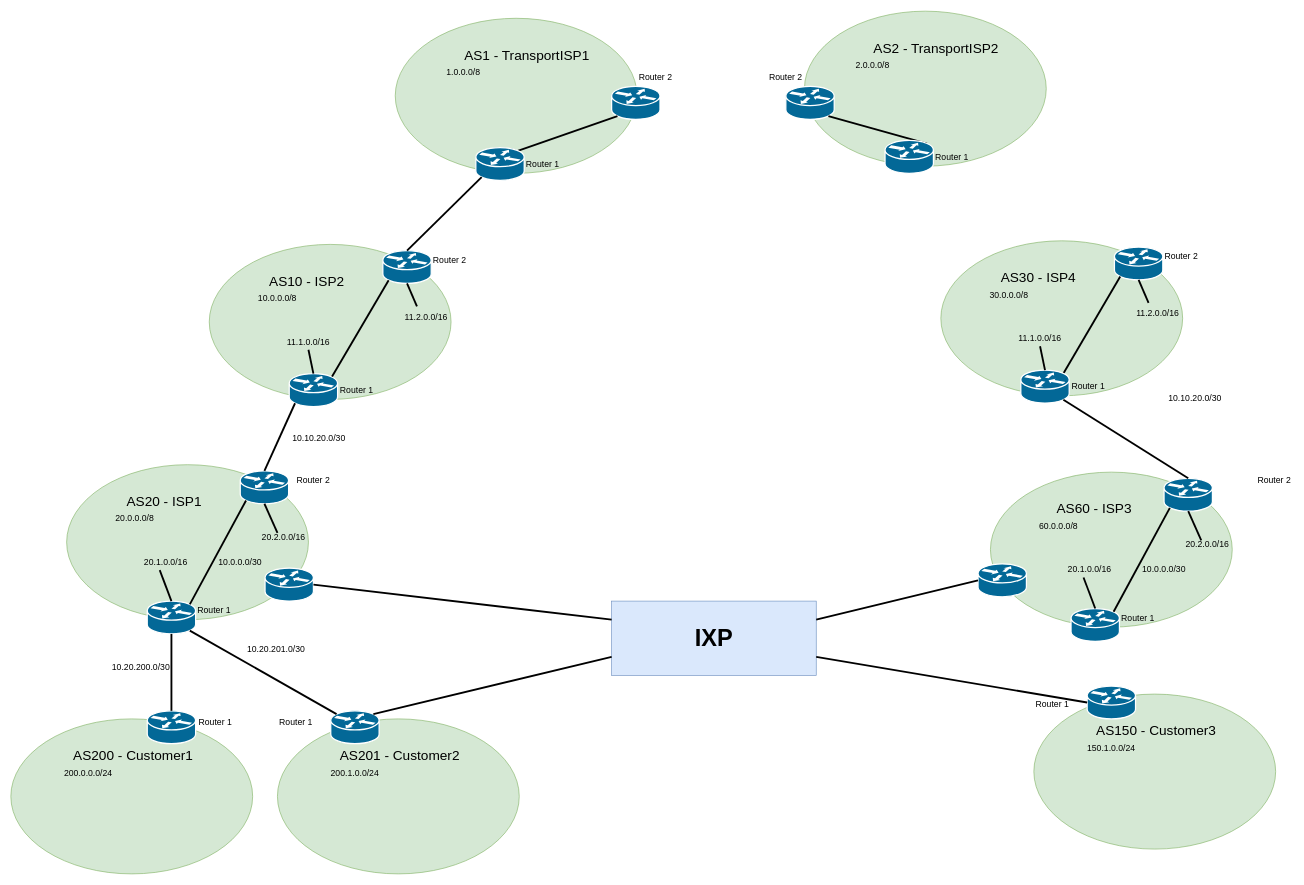
ThetaRangers/KatharaRPKI keeps this draw.io diagram as starting_topology.drawio. Above is the earlier version. Source tidied: cells renumbered, new cells numbered last; positions are measured from the earlier drawing's top-left corner, leaving out a move shared by most shapes. Both pictures are drawn from the tidied source at 62%, with x=0, y=0 at pixel (11, 11).
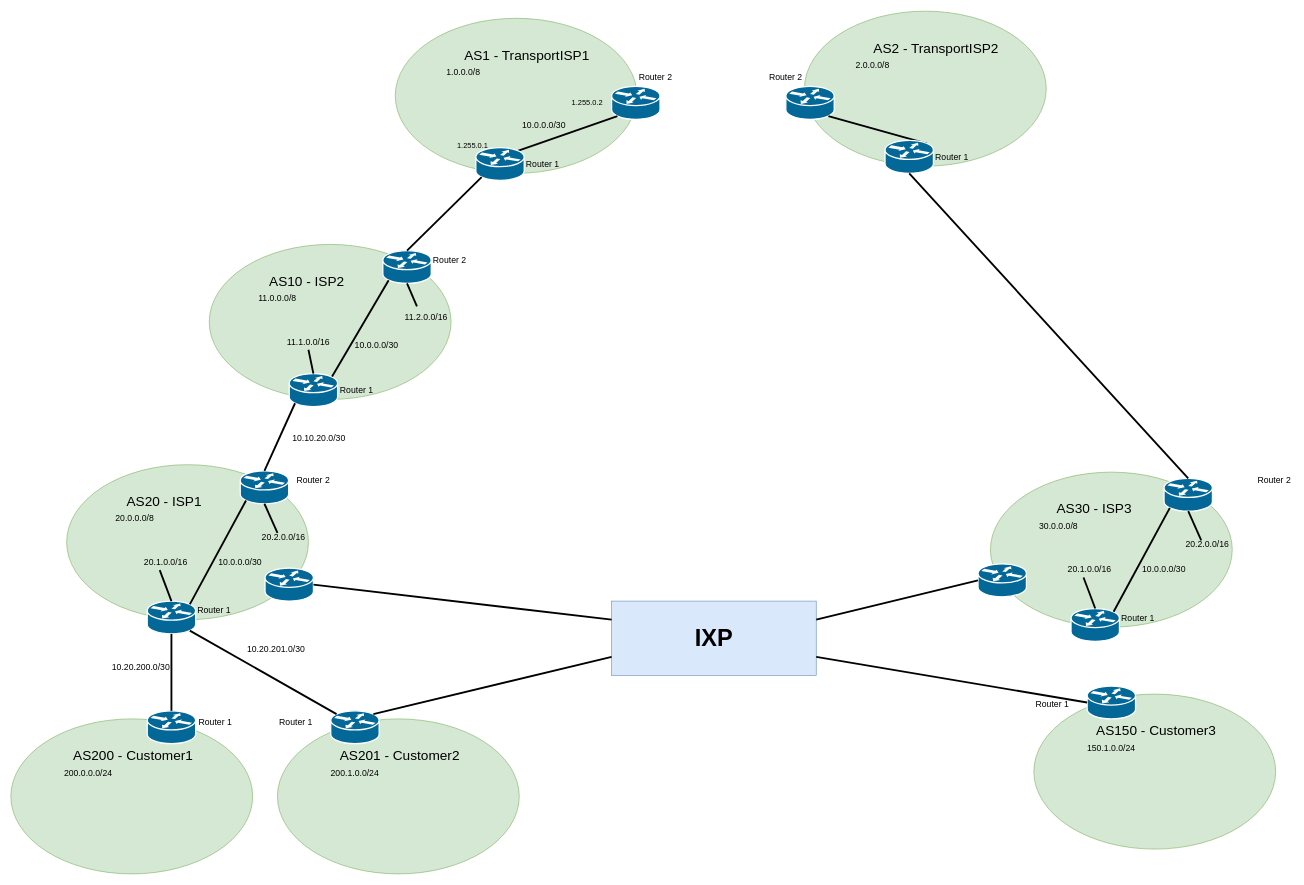
The same page after the edit.

Unchanged cells that the change refers to:
```xml
<mxCell id="63" style="shape=mxgraph.cisco.routers.router;sketch=0;html=1;dashed=0;fillColor=#036897;strokeColor=#ffffff;strokeWidth=2;verticalLabelPosition=bottom;verticalAlign=top;align=center;outlineConnect=0;" parent="1" vertex="1">
  <mxGeometry x="1410" y="209" width="78" height="53" as="geometry" />
</mxCell>
<mxCell id="64" style="group;" parent="1" vertex="1">
  <mxGeometry x="1580" y="744" width="390" height="273" as="geometry" />
</mxCell>
<mxCell id="69" style="shape=mxgraph.cisco.routers.router;sketch=0;html=1;dashed=0;fillColor=#036897;strokeColor=#ffffff;strokeWidth=2;verticalLabelPosition=bottom;verticalAlign=top;align=center;outlineConnect=0;" parent="64" vertex="1">
  <mxGeometry x="280" y="10" width="78" height="53" as="geometry" />
</mxCell>
```

Change to the diagram source:
```diff
@@
-    <mxCell id="33" value="&lt;font style=&quot;font-size: 14px;&quot;&gt;10.0.0.0/8&lt;/font&gt;" style="text;html=1;strokeColor=none;fillColor=none;align=center;verticalAlign=middle;whiteSpace=wrap;rounded=0;fontSize=22;" parent="1" vertex="1">
+    <mxCell id="33" value="&lt;font style=&quot;font-size: 14px;&quot;&gt;11.0.0.0/8&lt;/font&gt;" style="text;html=1;strokeColor=none;fillColor=none;align=center;verticalAlign=middle;whiteSpace=wrap;rounded=0;fontSize=22;" parent="1" vertex="1">
       <mxGeometry x="400" y="446.7" width="60" height="30" as="geometry" />
     </mxCell>
@@
-    <mxCell id="66" value="&lt;font style=&quot;font-size: 22px;&quot;&gt;AS60 - ISP3&lt;/font&gt;" style="text;html=1;strokeColor=none;fillColor=none;align=center;verticalAlign=middle;whiteSpace=wrap;rounded=0;" parent="64" vertex="1">
+    <mxCell id="66" value="&lt;font style=&quot;font-size: 22px;&quot;&gt;AS30 - ISP3&lt;/font&gt;" style="text;html=1;strokeColor=none;fillColor=none;align=center;verticalAlign=middle;whiteSpace=wrap;rounded=0;" parent="64" vertex="1">
       <mxGeometry x="95" y="40" width="145" height="40" as="geometry" />
     </mxCell>
@@
-    <mxCell id="68" value="&lt;font style=&quot;font-size: 14px;&quot;&gt;60.0.0.0/8&lt;/font&gt;" style="text;html=1;strokeColor=none;fillColor=none;align=center;verticalAlign=middle;whiteSpace=wrap;rounded=0;fontSize=22;" parent="64" vertex="1">
+    <mxCell id="68" value="&lt;font style=&quot;font-size: 14px;&quot;&gt;30.0.0.0/8&lt;/font&gt;" style="text;html=1;strokeColor=none;fillColor=none;align=center;verticalAlign=middle;whiteSpace=wrap;rounded=0;fontSize=22;" parent="64" vertex="1">
       <mxGeometry x="80" y="70" width="60" height="30" as="geometry" />
     </mxCell>
@@
-    <mxCell id="79" style="ellipse;whiteSpace=wrap;html=1;fillColor=#d5e8d4;strokeColor=#82b366;" parent="1" vertex="1">
-      <mxGeometry x="1500" y="370.9" width="390" height="250" as="geometry" />
-    </mxCell>
-    <mxCell id="80" value="&lt;font style=&quot;font-size: 22px;&quot;&gt;AS30 - ISP4&lt;/font&gt;" style="text;html=1;strokeColor=none;fillColor=none;align=center;verticalAlign=middle;whiteSpace=wrap;rounded=0;" parent="1" vertex="1">
-      <mxGeometry x="1595" y="410.9" width="125" height="40" as="geometry" />
-    </mxCell>
-    <mxCell id="81" value="&lt;font style=&quot;font-size: 14px;&quot;&gt;30.0.0.0/8&lt;/font&gt;" style="text;html=1;strokeColor=none;fillColor=none;align=center;verticalAlign=middle;whiteSpace=wrap;rounded=0;fontSize=22;" parent="1" vertex="1">
-      <mxGeometry x="1580" y="440.9" width="60" height="30" as="geometry" />
-    </mxCell>
-    <mxCell id="82" style="shape=mxgraph.cisco.routers.router;sketch=0;html=1;dashed=0;fillColor=#036897;strokeColor=#ffffff;strokeWidth=2;verticalLabelPosition=bottom;verticalAlign=top;align=center;outlineConnect=0;" parent="1" vertex="1">
-      <mxGeometry x="1780" y="380.9" width="78" height="53" as="geometry" />
-    </mxCell>
-    <mxCell id="83" value="&lt;font style=&quot;font-size: 14px;&quot;&gt;11.1.0.0/16&lt;br&gt;&lt;/font&gt;" style="text;html=1;strokeColor=none;fillColor=none;align=center;verticalAlign=middle;whiteSpace=wrap;rounded=0;fontSize=22;" parent="1" vertex="1">
-      <mxGeometry x="1630" y="510.9" width="60" height="30" as="geometry" />
-    </mxCell>
-    <mxCell id="84" value="&lt;font style=&quot;font-size: 14px;&quot;&gt;11.2.0.0/16&lt;br&gt;&lt;/font&gt;" style="text;html=1;strokeColor=none;fillColor=none;align=center;verticalAlign=middle;whiteSpace=wrap;rounded=0;fontSize=22;" parent="1" vertex="1">
-      <mxGeometry x="1820" y="470.9" width="60" height="30" as="geometry" />
-    </mxCell>
-    <mxCell id="85" style="endArrow=none;html=1;rounded=0;fontSize=22;exitX=0.12;exitY=0.9;exitDx=0;exitDy=0;exitPerimeter=0;strokeWidth=3;entryX=0.88;entryY=0.1;entryDx=0;entryDy=0;entryPerimeter=0;" parent="1" edge="1" source="82" target="88">
-      <mxGeometry relative="1" as="geometry" />
-    </mxCell>
-    <mxCell id="86" value="Router 1" style="text;html=1;strokeColor=none;fillColor=none;align=center;verticalAlign=middle;whiteSpace=wrap;rounded=0;fontSize=14;" parent="1" vertex="1">
-      <mxGeometry x="1708" y="591" width="60" height="30" as="geometry" />
-    </mxCell>
-    <mxCell id="87" value="Router 2" style="text;html=1;strokeColor=none;fillColor=none;align=center;verticalAlign=middle;whiteSpace=wrap;rounded=0;fontSize=14;" parent="1" vertex="1">
-      <mxGeometry x="1858" y="380.9" width="60" height="30" as="geometry" />
-    </mxCell>
-    <mxCell id="88" style="shape=mxgraph.cisco.routers.router;sketch=0;html=1;dashed=0;fillColor=#036897;strokeColor=#ffffff;strokeWidth=2;verticalLabelPosition=bottom;verticalAlign=top;align=center;outlineConnect=0;" parent="1" vertex="1">
-      <mxGeometry x="1629" y="579.5" width="78" height="53" as="geometry" />
-    </mxCell>
-    <mxCell id="89" style="endArrow=none;html=1;rounded=0;fontSize=14;strokeWidth=3;entryX=0.5;entryY=0;entryDx=0;entryDy=0;entryPerimeter=0;exitX=0.5;exitY=1;exitDx=0;exitDy=0;" parent="1" edge="1" source="83" target="88">
-      <mxGeometry relative="1" as="geometry" />
-    </mxCell>
-    <mxCell id="90" style="endArrow=none;html=1;rounded=0;fontSize=22;exitX=0.5;exitY=1;exitDx=0;exitDy=0;exitPerimeter=0;strokeWidth=3;entryX=0.25;entryY=0;entryDx=0;entryDy=0;" parent="1" edge="1" source="82" target="84">
-      <mxGeometry relative="1" as="geometry" />
-    </mxCell>
-    <mxCell id="91" style="endArrow=none;html=1;rounded=0;fontSize=14;strokeWidth=3;entryX=0.88;entryY=0.9;entryDx=0;entryDy=0;entryPerimeter=0;exitX=0.5;exitY=0;exitDx=0;exitDy=0;exitPerimeter=0;" parent="1" edge="1" source="69" target="88">
+    <mxCell id="91" style="endArrow=none;html=1;rounded=0;fontSize=14;strokeWidth=3;entryX=0.5;entryY=1;entryDx=0;entryDy=0;entryPerimeter=0;exitX=0.5;exitY=0;exitDx=0;exitDy=0;exitPerimeter=0;" parent="1" edge="1" source="69" target="63">
       <mxGeometry relative="1" as="geometry" />
     </mxCell>
-    <mxCell id="92" value="&lt;font style=&quot;font-size: 14px;&quot;&gt;10.10.20.0/30&lt;br&gt;&lt;/font&gt;" style="text;html=1;strokeColor=none;fillColor=none;align=center;verticalAlign=middle;whiteSpace=wrap;rounded=0;fontSize=22;" parent="1" vertex="1">
-      <mxGeometry x="1880" y="608.2" width="60" height="30" as="geometry" />
-    </mxCell>
@@
+    <mxCell id="104" value="1.255.0.1" style="text;html=1;strokeColor=none;fillColor=none;align=center;verticalAlign=middle;whiteSpace=wrap;rounded=0;" parent="1" vertex="1">
+      <mxGeometry x="715" y="202" width="60" height="30" as="geometry" />
+    </mxCell>
+    <mxCell id="105" value="1.255.0.2" style="text;html=1;strokeColor=none;fillColor=none;align=center;verticalAlign=middle;whiteSpace=wrap;rounded=0;" parent="1" vertex="1">
+      <mxGeometry x="900" y="133.5" width="60" height="30" as="geometry" />
+    </mxCell>
+    <mxCell id="106" value="&lt;font style=&quot;font-size: 14px;&quot;&gt;10.0.0.0/30&lt;br&gt;&lt;/font&gt;" style="text;html=1;strokeColor=none;fillColor=none;align=center;verticalAlign=middle;whiteSpace=wrap;rounded=0;fontSize=22;" parent="1" vertex="1">
+      <mxGeometry x="560" y="522" width="60" height="30" as="geometry" />
+    </mxCell>
+    <mxCell id="107" value="&lt;font style=&quot;font-size: 14px;&quot;&gt;10.0.0.0/30&lt;br&gt;&lt;/font&gt;" style="text;html=1;strokeColor=none;fillColor=none;align=center;verticalAlign=middle;whiteSpace=wrap;rounded=0;fontSize=22;" parent="1" vertex="1">
+      <mxGeometry x="830" y="167" width="60" height="30" as="geometry" />
+    </mxCell>
```
